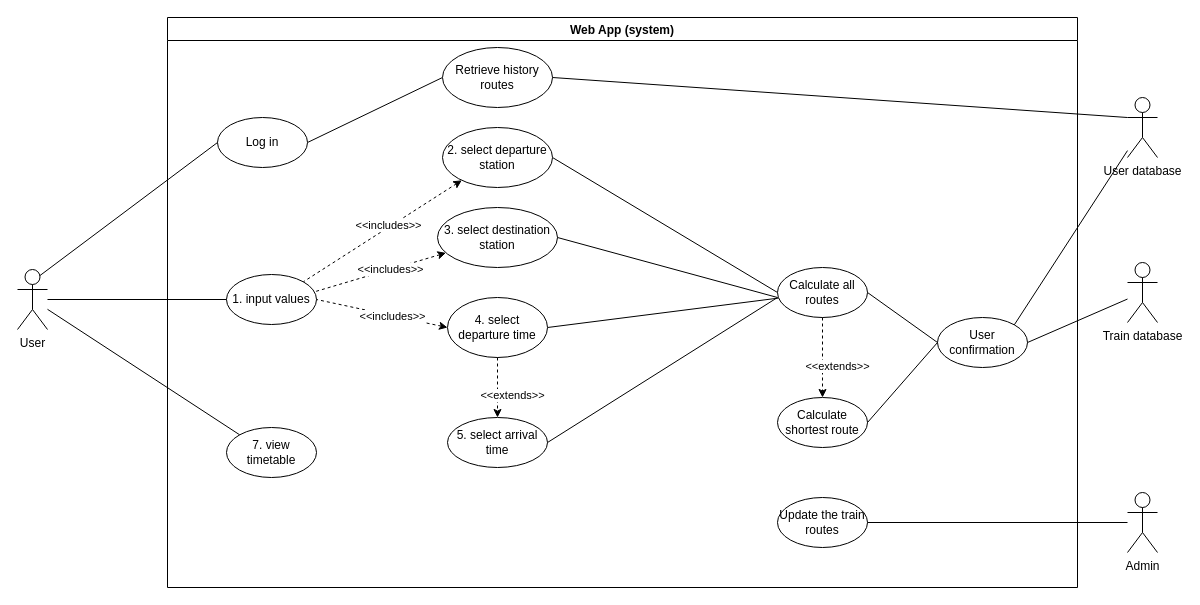
Above: Stage 2/useCase.drawio in terrenceshang/CS-Capestone-Project (draw.io), before the change. Source tidied: cells renumbered, new cells numbered last; positions are measured from the earlier drawing's top-left corner, leaving out a move shared by most shapes. Both pictures are drawn from the tidied source at 100%, with x=0, y=0 at pixel (17, 17).
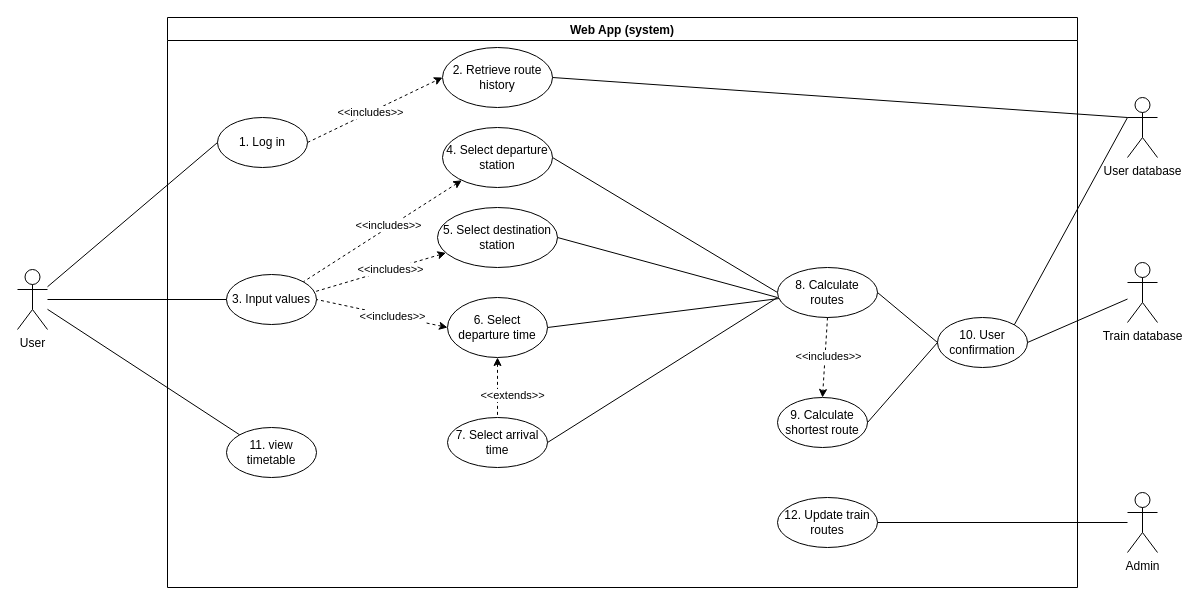
The same diagram, later.

Commit message (it also covers changes not shown here):
Use cases

The change refers to these unchanged cells:
```xml
<mxCell id="2" value="Web App (system)" style="swimlane;fillColor=#FFFFFF;startSize=23;" parent="1" vertex="1">
  <mxGeometry x="150" width="910" height="570" as="geometry" />
</mxCell>
<mxCell id="20" style="edgeStyle=none;rounded=0;jettySize=auto;html=1;dashed=1;endArrow=classic;endFill=1;startArrow=none;startFill=0;exitX=0.5;exitY=1;exitDx=0;exitDy=0;entryX=0.5;entryY=0;entryDx=0;entryDy=0;" parent="2" edge="1" source="15" target="19">
  <mxGeometry relative="1" as="geometry" />
</mxCell>
<mxCell id="33" value="User" style="shape=umlActor;verticalLabelPosition=bottom;verticalAlign=top;html=1;outlineConnect=0;fillColor=#FFFFFF;" parent="1" vertex="1">
  <mxGeometry y="252" width="30" height="60" as="geometry" />
</mxCell>
<mxCell id="35" value="User database" style="shape=umlActor;verticalLabelPosition=bottom;verticalAlign=top;html=1;outlineConnect=0;fillColor=#FFFFFF;" parent="1" vertex="1">
  <mxGeometry x="1110" y="80" width="30" height="60" as="geometry" />
</mxCell>
```

The edit, as a diff of the source:
```diff
@@
-    <mxCell id="3" value="1. input values" style="ellipse;whiteSpace=wrap;html=1;fillColor=#FFFFFF;" parent="2" vertex="1">
+    <mxCell id="3" value="3. Input values" style="ellipse;whiteSpace=wrap;html=1;fillColor=#FFFFFF;" parent="2" vertex="1">
       <mxGeometry x="59" y="257" width="90" height="50" as="geometry" />
     </mxCell>
@@
-    <mxCell id="7" value="2. select departure station" style="ellipse;whiteSpace=wrap;html=1;fillColor=#FFFFFF;" parent="2" vertex="1">
+    <mxCell id="7" value="4. Select departure station" style="ellipse;whiteSpace=wrap;html=1;fillColor=#FFFFFF;" parent="2" vertex="1">
       <mxGeometry x="275" y="110" width="110" height="60" as="geometry" />
     </mxCell>
@@
-    <mxCell id="10" value="3. select destination station" style="ellipse;whiteSpace=wrap;html=1;fillColor=#FFFFFF;" parent="2" vertex="1">
+    <mxCell id="10" value="5. Select destination station" style="ellipse;whiteSpace=wrap;html=1;fillColor=#FFFFFF;" parent="2" vertex="1">
       <mxGeometry x="270" y="190" width="120" height="60" as="geometry" />
     </mxCell>
-    <mxCell id="11" value="5. select arrival time" style="ellipse;whiteSpace=wrap;html=1;fillColor=#FFFFFF;" parent="2" vertex="1">
+    <mxCell id="11" value="7. Select arrival time" style="ellipse;whiteSpace=wrap;html=1;fillColor=#FFFFFF;" parent="2" vertex="1">
       <mxGeometry x="280" y="400" width="100" height="50" as="geometry" />
     </mxCell>
-    <mxCell id="12" value="7. view timetable" style="ellipse;whiteSpace=wrap;html=1;fillColor=#FFFFFF;" parent="2" vertex="1">
+    <mxCell id="12" value="11. view timetable" style="ellipse;whiteSpace=wrap;html=1;fillColor=#FFFFFF;" parent="2" vertex="1">
       <mxGeometry x="59" y="410" width="90" height="50" as="geometry" />
     </mxCell>
@@
-    <mxCell id="14" value="4. select departure time" style="ellipse;whiteSpace=wrap;html=1;fillColor=#FFFFFF;" parent="2" vertex="1">
+    <mxCell id="14" value="6. Select departure time" style="ellipse;whiteSpace=wrap;html=1;fillColor=#FFFFFF;" parent="2" vertex="1">
       <mxGeometry x="280" y="280" width="100" height="60" as="geometry" />
     </mxCell>
-    <mxCell id="15" value="Calculate all routes" style="ellipse;whiteSpace=wrap;html=1;fillColor=#FFFFFF;" parent="2" vertex="1">
-      <mxGeometry x="610" y="250" width="90" height="50" as="geometry" />
+    <mxCell id="15" value="8. Calculate routes" style="ellipse;whiteSpace=wrap;html=1;fillColor=#FFFFFF;" parent="2" vertex="1">
+      <mxGeometry x="610" y="250" width="100" height="50" as="geometry" />
     </mxCell>
-    <mxCell id="16" style="rounded=0;jettySize=auto;html=1;exitX=1;exitY=0.5;exitDx=0;exitDy=0;entryX=0;entryY=0.5;entryDx=0;entryDy=0;endArrow=none;endFill=0;strokeColor=#000000;" parent="2" edge="1" source="17" target="18">
+    <mxCell id="16" style="rounded=0;jettySize=auto;html=1;exitX=1;exitY=0.5;exitDx=0;exitDy=0;entryX=0;entryY=0.5;entryDx=0;entryDy=0;endArrow=classic;endFill=1;strokeColor=#000000;dashed=1;startArrow=none;startFill=0;" parent="2" edge="1" source="17" target="18">
       <mxGeometry relative="1" as="geometry" />
     </mxCell>
+    <mxCell id="43" value="&amp;lt;&amp;lt;includes&amp;gt;&amp;gt;" style="edgeLabel;html=1;align=center;verticalAlign=middle;" parent="16" vertex="1">
+      <mxGeometry x="0.19" relative="1" as="geometry">
+        <mxPoint x="-18" y="8" as="offset" />
+      </mxGeometry>
+    </mxCell>
-    <mxCell id="17" value="Log in" style="ellipse;whiteSpace=wrap;html=1;fillColor=#FFFFFF;" parent="2" vertex="1">
+    <mxCell id="17" value="1. Log in" style="ellipse;whiteSpace=wrap;html=1;fillColor=#FFFFFF;" parent="2" vertex="1">
       <mxGeometry x="50" y="100" width="90" height="50" as="geometry" />
     </mxCell>
-    <mxCell id="18" value="Retrieve history routes" style="ellipse;whiteSpace=wrap;html=1;fillColor=#FFFFFF;" parent="2" vertex="1">
+    <mxCell id="18" value="2. Retrieve route history" style="ellipse;whiteSpace=wrap;html=1;fillColor=#FFFFFF;" parent="2" vertex="1">
       <mxGeometry x="275" y="30" width="110" height="60" as="geometry" />
     </mxCell>
-    <mxCell id="19" value="Calculate shortest route" style="ellipse;whiteSpace=wrap;html=1;fillColor=#FFFFFF;" parent="2" vertex="1">
+    <mxCell id="19" value="9. Calculate shortest route" style="ellipse;whiteSpace=wrap;html=1;fillColor=#FFFFFF;" parent="2" vertex="1">
       <mxGeometry x="610" y="380" width="90" height="50" as="geometry" />
     </mxCell>
@@
-    <mxCell id="21" value="&amp;lt;&amp;lt;extends&amp;gt;&amp;gt;" style="edgeLabel;html=1;align=center;verticalAlign=middle;" parent="20" vertex="1">
+    <mxCell id="21" value="&amp;lt;&amp;lt;includes&amp;gt;&amp;gt;" style="edgeLabel;html=1;align=center;verticalAlign=middle;" parent="20" vertex="1">
       <mxGeometry x="0.16" y="2" relative="1" as="geometry">
-        <mxPoint x="12" y="2" as="offset" />
+        <mxPoint x="1" y="-8" as="offset" />
       </mxGeometry>
     </mxCell>
-    <mxCell id="22" value="Update the train routes" style="ellipse;whiteSpace=wrap;html=1;fillColor=#FFFFFF;" parent="2" vertex="1">
-      <mxGeometry x="610" y="480" width="90" height="50" as="geometry" />
+    <mxCell id="22" value="12. Update train routes" style="ellipse;whiteSpace=wrap;html=1;fillColor=#FFFFFF;" parent="2" vertex="1">
+      <mxGeometry x="610" y="480" width="100" height="50" as="geometry" />
     </mxCell>
-    <mxCell id="23" value="User confirmation" style="ellipse;whiteSpace=wrap;html=1;fillColor=#FFFFFF;" parent="2" vertex="1">
+    <mxCell id="23" value="10. User confirmation" style="ellipse;whiteSpace=wrap;html=1;fillColor=#FFFFFF;" parent="2" vertex="1">
       <mxGeometry x="770" y="300" width="90" height="50" as="geometry" />
     </mxCell>
@@
-    <mxCell id="26" style="edgeStyle=none;rounded=0;jettySize=auto;html=1;dashed=1;endArrow=classic;endFill=1;startArrow=none;startFill=0;exitX=0.5;exitY=1;exitDx=0;exitDy=0;" parent="2" edge="1" source="14" target="11">
+    <mxCell id="26" style="edgeStyle=none;rounded=0;jettySize=auto;html=1;dashed=1;endArrow=none;endFill=0;startArrow=classic;startFill=1;exitX=0.5;exitY=1;exitDx=0;exitDy=0;" parent="2" edge="1" source="14" target="11">
       <mxGeometry relative="1" as="geometry" />
     </mxCell>
@@
-    <mxCell id="32" style="edgeStyle=none;rounded=0;jettySize=auto;html=1;exitX=0.75;exitY=0.1;exitDx=0;exitDy=0;exitPerimeter=0;entryX=0;entryY=0.5;entryDx=0;entryDy=0;endArrow=none;endFill=0;strokeColor=#000000;" parent="1" edge="1" source="33" target="17">
+    <mxCell id="32" style="rounded=0;jettySize=auto;html=1;entryX=0;entryY=0.5;entryDx=0;entryDy=0;startArrow=none;startFill=0;endArrow=none;endFill=0;" parent="1" edge="1" source="33" target="17">
       <mxGeometry relative="1" as="geometry" />
     </mxCell>
@@
-    <mxCell id="40" style="edgeStyle=none;rounded=0;jettySize=auto;html=1;exitX=1;exitY=0;exitDx=0;exitDy=0;endArrow=none;endFill=0;" parent="1" edge="1" source="23" target="35">
+    <mxCell id="40" style="edgeStyle=none;rounded=0;jettySize=auto;html=1;exitX=1;exitY=0;exitDx=0;exitDy=0;endArrow=none;endFill=0;entryX=0;entryY=0.3333333333333333;entryDx=0;entryDy=0;entryPerimeter=0;" parent="1" edge="1" source="23" target="35">
       <mxGeometry relative="1" as="geometry" />
     </mxCell>
```
